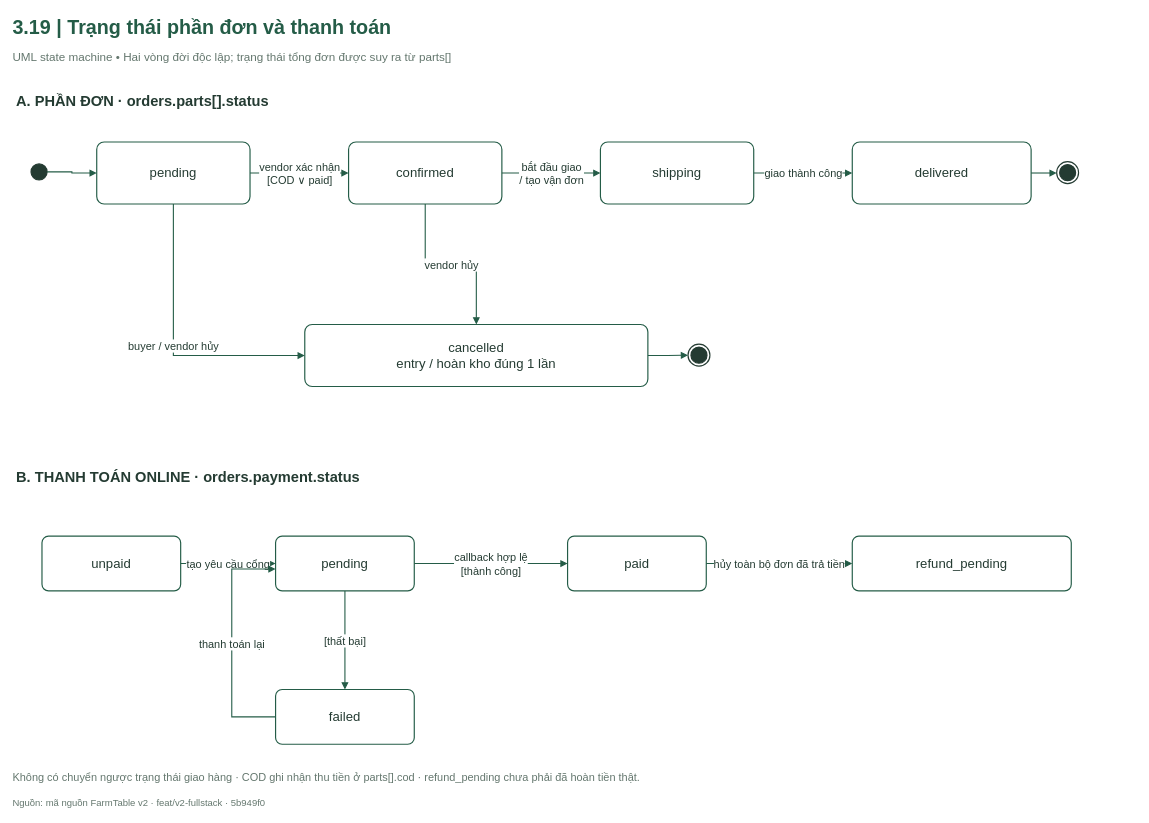
Earlier version of the draw.io diagram FarmTable_Chuong3/So_do_BA/drawio/Hinh_3_19.drawio (hathu1272006-eng/PTWnangcao). Source tidied: cells renumbered, new cells numbered last; positions are measured from the earlier drawing's top-left corner, leaving out a move shared by most shapes. Both pictures are drawn from the tidied source at 73%, with x=0, y=0 at pixel (12, 12).
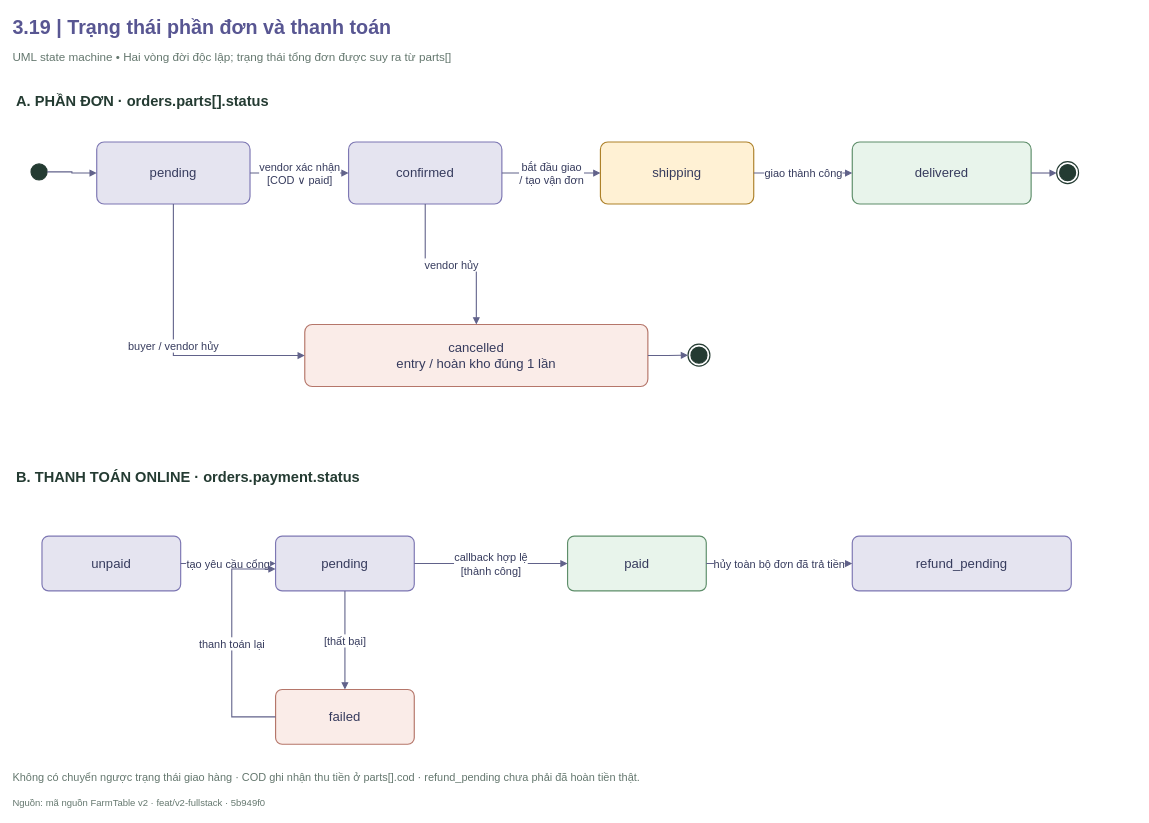
Above is the later version.

Unchanged cells that the change refers to:
```xml
<mxCell id="5" style="html=1;whiteSpace=wrap;fontFamily=Arial;fontSize=18;fontColor=#243B32;strokeColor=#245C47;strokeWidth=1.6;fillColor=#FFFFFF;spacing=8;ellipse;fillColor=#243B32;strokeColor=#243B32;" parent="1" vertex="1">
  <mxGeometry x="25" y="207" width="22" height="22" as="geometry" />
</mxCell>
<mxCell id="17" style="html=1;whiteSpace=wrap;fontFamily=Arial;fontSize=18;fontColor=#243B32;strokeColor=#245C47;strokeWidth=1.6;fillColor=#FFFFFF;spacing=8;shape=endState;fillColor=#243B32;strokeColor=#243B32;" parent="1" vertex="1">
  <mxGeometry x="1430" y="204" width="30" height="30" as="geometry" />
</mxCell>
<mxCell id="19" style="html=1;whiteSpace=wrap;fontFamily=Arial;fontSize=18;fontColor=#243B32;strokeColor=#245C47;strokeWidth=1.6;fillColor=#FFFFFF;spacing=8;shape=endState;fillColor=#243B32;strokeColor=#243B32;" parent="1" vertex="1">
  <mxGeometry x="925" y="454" width="30" height="30" as="geometry" />
</mxCell>
```

Change to the diagram source:
```diff
@@
-    <mxCell id="2" value="3.19  |  Trạng thái phần đơn và thanh toán" style="html=1;whiteSpace=wrap;fontFamily=Arial;fontSize=18;fontColor=#243B32;strokeColor=#245C47;strokeWidth=1.6;fillColor=#FFFFFF;spacing=8;text;strokeColor=none;fillColor=none;align=left;verticalAlign=middle;fontSize=27;fontStyle=1;fontColor=#245C47;spacing=0;" parent="1" vertex="1">
+    <mxCell id="2" value="3.19  |  Trạng thái phần đơn và thanh toán" style="html=1;whiteSpace=wrap;fontFamily=Arial;fontSize=18;strokeColor=#245C47;strokeWidth=1.6;fillColor=#FFFFFF;spacing=8;text;strokeColor=none;fillColor=none;align=left;verticalAlign=middle;fontSize=27;fontStyle=1;spacing=0;fontColor=#585692;" parent="1" vertex="1">
       <mxGeometry width="1540" height="40" as="geometry" />
     </mxCell>
@@
-    <mxCell id="6" value="pending" style="html=1;whiteSpace=wrap;fontFamily=Arial;fontSize=18;fontColor=#243B32;strokeColor=#245C47;strokeWidth=1.6;fillColor=#FFFFFF;spacing=8;rounded=1;arcSize=12;" parent="1" vertex="1">
+    <mxCell id="6" value="pending" style="html=1;whiteSpace=wrap;fontFamily=Arial;fontSize=18;strokeWidth=1.6;spacing=8;rounded=1;arcSize=12;fillColor=#E5E4F0;strokeColor=#7D77B3;fontColor=#363B5D;" parent="1" vertex="1">
       <mxGeometry x="115" y="177" width="210" height="85" as="geometry" />
     </mxCell>
-    <mxCell id="7" value="confirmed" style="html=1;whiteSpace=wrap;fontFamily=Arial;fontSize=18;fontColor=#243B32;strokeColor=#245C47;strokeWidth=1.6;fillColor=#FFFFFF;spacing=8;rounded=1;arcSize=12;" parent="1" vertex="1">
+    <mxCell id="7" value="confirmed" style="html=1;whiteSpace=wrap;fontFamily=Arial;fontSize=18;strokeWidth=1.6;spacing=8;rounded=1;arcSize=12;fillColor=#E5E4F0;strokeColor=#7D77B3;fontColor=#363B5D;" parent="1" vertex="1">
       <mxGeometry x="460" y="177" width="210" height="85" as="geometry" />
     </mxCell>
-    <mxCell id="8" value="shipping" style="html=1;whiteSpace=wrap;fontFamily=Arial;fontSize=18;fontColor=#243B32;strokeColor=#245C47;strokeWidth=1.6;fillColor=#FFFFFF;spacing=8;rounded=1;arcSize=12;" parent="1" vertex="1">
+    <mxCell id="8" value="shipping" style="html=1;whiteSpace=wrap;fontFamily=Arial;fontSize=18;strokeWidth=1.6;spacing=8;rounded=1;arcSize=12;fillColor=#FFF1D4;strokeColor=#AD812A;fontColor=#363B5D;" parent="1" vertex="1">
       <mxGeometry x="805" y="177" width="210" height="85" as="geometry" />
     </mxCell>
-    <mxCell id="9" value="delivered" style="html=1;whiteSpace=wrap;fontFamily=Arial;fontSize=18;fontColor=#243B32;strokeColor=#245C47;strokeWidth=1.6;fillColor=#FFFFFF;spacing=8;rounded=1;arcSize=12;" parent="1" vertex="1">
+    <mxCell id="9" value="delivered" style="html=1;whiteSpace=wrap;fontFamily=Arial;fontSize=18;strokeWidth=1.6;spacing=8;rounded=1;arcSize=12;fillColor=#E8F4EB;strokeColor=#5E8E6A;fontColor=#363B5D;" parent="1" vertex="1">
       <mxGeometry x="1150" y="177" width="245" height="85" as="geometry" />
     </mxCell>
-    <mxCell id="10" value="cancelled&lt;br/&gt;entry / hoàn kho đúng 1 lần" style="html=1;whiteSpace=wrap;fontFamily=Arial;fontSize=18;fontColor=#243B32;strokeColor=#245C47;strokeWidth=1.6;fillColor=#FFFFFF;spacing=8;rounded=1;arcSize=12;" parent="1" vertex="1">
+    <mxCell id="10" value="cancelled&lt;br/&gt;entry / hoàn kho đúng 1 lần" style="html=1;whiteSpace=wrap;fontFamily=Arial;fontSize=18;strokeWidth=1.6;spacing=8;rounded=1;arcSize=12;fillColor=#FAECE8;strokeColor=#B5766A;fontColor=#363B5D;" parent="1" vertex="1">
       <mxGeometry x="400" y="427" width="470" height="85" as="geometry" />
     </mxCell>
-    <mxCell id="11" style="edgeStyle=orthogonalEdgeStyle;rounded=0;jettySize=20;html=1;fontFamily=Arial;fontSize=15;fontColor=#243B32;labelBackgroundColor=#FFFFFF;strokeColor=#245C47;strokeWidth=1.5;endArrow=block;endFill=1;exitX=1;exitY=0.5;entryX=0;entryY=0.5;exitDx=0;exitDy=0;entryDx=0;entryDy=0;" parent="1" edge="1" source="5" target="6">
+    <mxCell id="11" style="edgeStyle=orthogonalEdgeStyle;rounded=0;jettySize=20;html=1;fontFamily=Arial;fontSize=15;labelBackgroundColor=#FFFFFF;strokeWidth=1.5;endArrow=block;endFill=1;exitX=1;exitY=0.5;entryX=0;entryY=0.5;exitDx=0;exitDy=0;entryDx=0;entryDy=0;strokeColor=#61628A;fontColor=#363B5D;" parent="1" edge="1" source="5" target="6">
       <mxGeometry relative="1" as="geometry" />
     </mxCell>
-    <mxCell id="12" value="vendor xác nhận&lt;br/&gt;[COD ∨ paid]" style="edgeStyle=orthogonalEdgeStyle;rounded=0;jettySize=20;html=1;fontFamily=Arial;fontSize=15;fontColor=#243B32;labelBackgroundColor=#FFFFFF;strokeColor=#245C47;strokeWidth=1.5;endArrow=block;endFill=1;exitX=1;exitY=0.5;entryX=0;entryY=0.5;exitDx=0;exitDy=0;entryDx=0;entryDy=0;" parent="1" edge="1" source="6" target="7">
+    <mxCell id="12" value="vendor xác nhận&lt;br/&gt;[COD ∨ paid]" style="edgeStyle=orthogonalEdgeStyle;rounded=0;jettySize=20;html=1;fontFamily=Arial;fontSize=15;labelBackgroundColor=#FFFFFF;strokeWidth=1.5;endArrow=block;endFill=1;exitX=1;exitY=0.5;entryX=0;entryY=0.5;exitDx=0;exitDy=0;entryDx=0;entryDy=0;strokeColor=#61628A;fontColor=#363B5D;" parent="1" edge="1" source="6" target="7">
       <mxGeometry relative="1" as="geometry" />
     </mxCell>
-    <mxCell id="13" value="bắt đầu giao&lt;br/&gt;/ tạo vận đơn" style="edgeStyle=orthogonalEdgeStyle;rounded=0;jettySize=20;html=1;fontFamily=Arial;fontSize=15;fontColor=#243B32;labelBackgroundColor=#FFFFFF;strokeColor=#245C47;strokeWidth=1.5;endArrow=block;endFill=1;exitX=1;exitY=0.5;entryX=0;entryY=0.5;exitDx=0;exitDy=0;entryDx=0;entryDy=0;" parent="1" edge="1" source="7" target="8">
+    <mxCell id="13" value="bắt đầu giao&lt;br/&gt;/ tạo vận đơn" style="edgeStyle=orthogonalEdgeStyle;rounded=0;jettySize=20;html=1;fontFamily=Arial;fontSize=15;labelBackgroundColor=#FFFFFF;strokeWidth=1.5;endArrow=block;endFill=1;exitX=1;exitY=0.5;entryX=0;entryY=0.5;exitDx=0;exitDy=0;entryDx=0;entryDy=0;strokeColor=#61628A;fontColor=#363B5D;" parent="1" edge="1" source="7" target="8">
       <mxGeometry relative="1" as="geometry" />
     </mxCell>
-    <mxCell id="14" value="giao thành công" style="edgeStyle=orthogonalEdgeStyle;rounded=0;jettySize=20;html=1;fontFamily=Arial;fontSize=15;fontColor=#243B32;labelBackgroundColor=#FFFFFF;strokeColor=#245C47;strokeWidth=1.5;endArrow=block;endFill=1;exitX=1;exitY=0.5;entryX=0;entryY=0.5;exitDx=0;exitDy=0;entryDx=0;entryDy=0;" parent="1" edge="1" source="8" target="9">
+    <mxCell id="14" value="giao thành công" style="edgeStyle=orthogonalEdgeStyle;rounded=0;jettySize=20;html=1;fontFamily=Arial;fontSize=15;labelBackgroundColor=#FFFFFF;strokeWidth=1.5;endArrow=block;endFill=1;exitX=1;exitY=0.5;entryX=0;entryY=0.5;exitDx=0;exitDy=0;entryDx=0;entryDy=0;strokeColor=#61628A;fontColor=#363B5D;" parent="1" edge="1" source="8" target="9">
       <mxGeometry relative="1" as="geometry" />
     </mxCell>
-    <mxCell id="15" value="buyer / vendor hủy" style="edgeStyle=orthogonalEdgeStyle;rounded=0;jettySize=20;html=1;fontFamily=Arial;fontSize=15;fontColor=#243B32;labelBackgroundColor=#FFFFFF;strokeColor=#245C47;strokeWidth=1.5;endArrow=block;endFill=1;exitX=0.5;exitY=1;entryX=0;entryY=0.5;exitDx=0;exitDy=0;entryDx=0;entryDy=0;" parent="1" edge="1" source="6" target="10">
+    <mxCell id="15" value="buyer / vendor hủy" style="edgeStyle=orthogonalEdgeStyle;rounded=0;jettySize=20;html=1;fontFamily=Arial;fontSize=15;labelBackgroundColor=#FFFFFF;strokeWidth=1.5;endArrow=block;endFill=1;exitX=0.5;exitY=1;entryX=0;entryY=0.5;exitDx=0;exitDy=0;entryDx=0;entryDy=0;strokeColor=#61628A;fontColor=#363B5D;" parent="1" edge="1" source="6" target="10">
       <mxGeometry relative="1" as="geometry">
         <Array as="points">
           <mxPoint x="220" y="469" />
         </Array>
       </mxGeometry>
     </mxCell>
-    <mxCell id="16" value="vendor hủy" style="edgeStyle=orthogonalEdgeStyle;rounded=0;jettySize=20;html=1;fontFamily=Arial;fontSize=15;fontColor=#243B32;labelBackgroundColor=#FFFFFF;strokeColor=#245C47;strokeWidth=1.5;endArrow=block;endFill=1;exitX=0.5;exitY=1;entryX=0.5;entryY=0;exitDx=0;exitDy=0;entryDx=0;entryDy=0;" parent="1" edge="1" source="7" target="10">
+    <mxCell id="16" value="vendor hủy" style="edgeStyle=orthogonalEdgeStyle;rounded=0;jettySize=20;html=1;fontFamily=Arial;fontSize=15;labelBackgroundColor=#FFFFFF;strokeWidth=1.5;endArrow=block;endFill=1;exitX=0.5;exitY=1;entryX=0.5;entryY=0;exitDx=0;exitDy=0;entryDx=0;entryDy=0;strokeColor=#61628A;fontColor=#363B5D;" parent="1" edge="1" source="7" target="10">
       <mxGeometry relative="1" as="geometry" />
     </mxCell>
@@
-    <mxCell id="18" style="edgeStyle=orthogonalEdgeStyle;rounded=0;jettySize=20;html=1;fontFamily=Arial;fontSize=15;fontColor=#243B32;labelBackgroundColor=#FFFFFF;strokeColor=#245C47;strokeWidth=1.5;endArrow=block;endFill=1;exitX=1;exitY=0.5;entryX=0;entryY=0.5;exitDx=0;exitDy=0;entryDx=0;entryDy=0;" parent="1" edge="1" source="9" target="17">
+    <mxCell id="18" style="edgeStyle=orthogonalEdgeStyle;rounded=0;jettySize=20;html=1;fontFamily=Arial;fontSize=15;labelBackgroundColor=#FFFFFF;strokeWidth=1.5;endArrow=block;endFill=1;exitX=1;exitY=0.5;entryX=0;entryY=0.5;exitDx=0;exitDy=0;entryDx=0;entryDy=0;strokeColor=#61628A;fontColor=#363B5D;" parent="1" edge="1" source="9" target="17">
       <mxGeometry relative="1" as="geometry" />
     </mxCell>
@@
-    <mxCell id="20" style="edgeStyle=orthogonalEdgeStyle;rounded=0;jettySize=20;html=1;fontFamily=Arial;fontSize=15;fontColor=#243B32;labelBackgroundColor=#FFFFFF;strokeColor=#245C47;strokeWidth=1.5;endArrow=block;endFill=1;exitX=1;exitY=0.5;entryX=0;entryY=0.5;exitDx=0;exitDy=0;entryDx=0;entryDy=0;" parent="1" edge="1" source="10" target="19">
+    <mxCell id="20" style="edgeStyle=orthogonalEdgeStyle;rounded=0;jettySize=20;html=1;fontFamily=Arial;fontSize=15;labelBackgroundColor=#FFFFFF;strokeWidth=1.5;endArrow=block;endFill=1;exitX=1;exitY=0.5;entryX=0;entryY=0.5;exitDx=0;exitDy=0;entryDx=0;entryDy=0;strokeColor=#61628A;fontColor=#363B5D;" parent="1" edge="1" source="10" target="19">
       <mxGeometry relative="1" as="geometry" />
     </mxCell>
@@
-    <mxCell id="22" value="unpaid" style="html=1;whiteSpace=wrap;fontFamily=Arial;fontSize=18;fontColor=#243B32;strokeColor=#245C47;strokeWidth=1.6;fillColor=#FFFFFF;spacing=8;rounded=1;arcSize=12;" parent="1" vertex="1">
+    <mxCell id="22" value="unpaid" style="html=1;whiteSpace=wrap;fontFamily=Arial;fontSize=18;strokeWidth=1.6;spacing=8;rounded=1;arcSize=12;fillColor=#E5E4F0;strokeColor=#7D77B3;fontColor=#363B5D;" parent="1" vertex="1">
       <mxGeometry x="40" y="717" width="190" height="75" as="geometry" />
     </mxCell>
-    <mxCell id="23" value="pending" style="html=1;whiteSpace=wrap;fontFamily=Arial;fontSize=18;fontColor=#243B32;strokeColor=#245C47;strokeWidth=1.6;fillColor=#FFFFFF;spacing=8;rounded=1;arcSize=12;" parent="1" vertex="1">
+    <mxCell id="23" value="pending" style="html=1;whiteSpace=wrap;fontFamily=Arial;fontSize=18;strokeWidth=1.6;spacing=8;rounded=1;arcSize=12;fillColor=#E5E4F0;strokeColor=#7D77B3;fontColor=#363B5D;" parent="1" vertex="1">
       <mxGeometry x="360" y="717" width="190" height="75" as="geometry" />
     </mxCell>
-    <mxCell id="24" value="paid" style="html=1;whiteSpace=wrap;fontFamily=Arial;fontSize=18;fontColor=#243B32;strokeColor=#245C47;strokeWidth=1.6;fillColor=#FFFFFF;spacing=8;rounded=1;arcSize=12;" parent="1" vertex="1">
+    <mxCell id="24" value="paid" style="html=1;whiteSpace=wrap;fontFamily=Arial;fontSize=18;strokeWidth=1.6;spacing=8;rounded=1;arcSize=12;fillColor=#E8F4EB;strokeColor=#5E8E6A;fontColor=#363B5D;" parent="1" vertex="1">
       <mxGeometry x="760" y="717" width="190" height="75" as="geometry" />
     </mxCell>
-    <mxCell id="25" value="failed" style="html=1;whiteSpace=wrap;fontFamily=Arial;fontSize=18;fontColor=#243B32;strokeColor=#245C47;strokeWidth=1.6;fillColor=#FFFFFF;spacing=8;rounded=1;arcSize=12;" parent="1" vertex="1">
+    <mxCell id="25" value="failed" style="html=1;whiteSpace=wrap;fontFamily=Arial;fontSize=18;strokeWidth=1.6;spacing=8;rounded=1;arcSize=12;fillColor=#FAECE8;strokeColor=#B5766A;fontColor=#363B5D;" parent="1" vertex="1">
       <mxGeometry x="360" y="927" width="190" height="75" as="geometry" />
     </mxCell>
-    <mxCell id="26" value="refund_pending" style="html=1;whiteSpace=wrap;fontFamily=Arial;fontSize=18;fontColor=#243B32;strokeColor=#245C47;strokeWidth=1.6;fillColor=#FFFFFF;spacing=8;rounded=1;arcSize=12;" parent="1" vertex="1">
+    <mxCell id="26" value="refund_pending" style="html=1;whiteSpace=wrap;fontFamily=Arial;fontSize=18;strokeWidth=1.6;spacing=8;rounded=1;arcSize=12;fillColor=#E5E4F0;strokeColor=#7D77B3;fontColor=#363B5D;" parent="1" vertex="1">
       <mxGeometry x="1150" y="717" width="300" height="75" as="geometry" />
     </mxCell>
-    <mxCell id="27" value="tạo yêu cầu cổng" style="edgeStyle=orthogonalEdgeStyle;rounded=0;jettySize=20;html=1;fontFamily=Arial;fontSize=15;fontColor=#243B32;labelBackgroundColor=#FFFFFF;strokeColor=#245C47;strokeWidth=1.5;endArrow=block;endFill=1;exitX=1;exitY=0.5;entryX=0;entryY=0.5;exitDx=0;exitDy=0;entryDx=0;entryDy=0;" parent="1" edge="1" source="22" target="23">
+    <mxCell id="27" value="tạo yêu cầu cổng" style="edgeStyle=orthogonalEdgeStyle;rounded=0;jettySize=20;html=1;fontFamily=Arial;fontSize=15;labelBackgroundColor=#FFFFFF;strokeWidth=1.5;endArrow=block;endFill=1;exitX=1;exitY=0.5;entryX=0;entryY=0.5;exitDx=0;exitDy=0;entryDx=0;entryDy=0;strokeColor=#61628A;fontColor=#363B5D;" parent="1" edge="1" source="22" target="23">
       <mxGeometry relative="1" as="geometry" />
     </mxCell>
-    <mxCell id="28" value="callback hợp lệ&lt;br/&gt;[thành công]" style="edgeStyle=orthogonalEdgeStyle;rounded=0;jettySize=20;html=1;fontFamily=Arial;fontSize=15;fontColor=#243B32;labelBackgroundColor=#FFFFFF;strokeColor=#245C47;strokeWidth=1.5;endArrow=block;endFill=1;exitX=1;exitY=0.5;entryX=0;entryY=0.5;exitDx=0;exitDy=0;entryDx=0;entryDy=0;" parent="1" edge="1" source="23" target="24">
+    <mxCell id="28" value="callback hợp lệ&lt;br/&gt;[thành công]" style="edgeStyle=orthogonalEdgeStyle;rounded=0;jettySize=20;html=1;fontFamily=Arial;fontSize=15;labelBackgroundColor=#FFFFFF;strokeWidth=1.5;endArrow=block;endFill=1;exitX=1;exitY=0.5;entryX=0;entryY=0.5;exitDx=0;exitDy=0;entryDx=0;entryDy=0;strokeColor=#61628A;fontColor=#363B5D;" parent="1" edge="1" source="23" target="24">
       <mxGeometry relative="1" as="geometry" />
     </mxCell>
-    <mxCell id="29" value="[thất bại]" style="edgeStyle=orthogonalEdgeStyle;rounded=0;jettySize=20;html=1;fontFamily=Arial;fontSize=15;fontColor=#243B32;labelBackgroundColor=#FFFFFF;strokeColor=#245C47;strokeWidth=1.5;endArrow=block;endFill=1;exitX=0.5;exitY=1;entryX=0.5;entryY=0;exitDx=0;exitDy=0;entryDx=0;entryDy=0;" parent="1" edge="1" source="23" target="25">
+    <mxCell id="29" value="[thất bại]" style="edgeStyle=orthogonalEdgeStyle;rounded=0;jettySize=20;html=1;fontFamily=Arial;fontSize=15;labelBackgroundColor=#FFFFFF;strokeWidth=1.5;endArrow=block;endFill=1;exitX=0.5;exitY=1;entryX=0.5;entryY=0;exitDx=0;exitDy=0;entryDx=0;entryDy=0;strokeColor=#61628A;fontColor=#363B5D;" parent="1" edge="1" source="23" target="25">
       <mxGeometry relative="1" as="geometry" />
     </mxCell>
-    <mxCell id="30" value="thanh toán lại" style="edgeStyle=orthogonalEdgeStyle;rounded=0;jettySize=20;html=1;fontFamily=Arial;fontSize=15;fontColor=#243B32;labelBackgroundColor=#FFFFFF;strokeColor=#245C47;strokeWidth=1.5;endArrow=block;endFill=1;exitX=0;exitY=0.5;entryX=0;entryY=0.6;exitDx=0;exitDy=0;entryDx=0;entryDy=0;" parent="1" edge="1" source="25" target="23">
+    <mxCell id="30" value="thanh toán lại" style="edgeStyle=orthogonalEdgeStyle;rounded=0;jettySize=20;html=1;fontFamily=Arial;fontSize=15;labelBackgroundColor=#FFFFFF;strokeWidth=1.5;endArrow=block;endFill=1;exitX=0;exitY=0.5;entryX=0;entryY=0.6;exitDx=0;exitDy=0;entryDx=0;entryDy=0;strokeColor=#61628A;fontColor=#363B5D;" parent="1" edge="1" source="25" target="23">
       <mxGeometry relative="1" as="geometry">
         <Array as="points">
           <mxPoint x="300" y="964" />
           <mxPoint x="300" y="762" />
         </Array>
       </mxGeometry>
     </mxCell>
-    <mxCell id="31" value="hủy toàn bộ đơn đã trả tiền" style="edgeStyle=orthogonalEdgeStyle;rounded=0;jettySize=20;html=1;fontFamily=Arial;fontSize=15;fontColor=#243B32;labelBackgroundColor=#FFFFFF;strokeColor=#245C47;strokeWidth=1.5;endArrow=block;endFill=1;exitX=1;exitY=0.5;entryX=0;entryY=0.5;exitDx=0;exitDy=0;entryDx=0;entryDy=0;" parent="1" edge="1" source="24" target="26">
+    <mxCell id="31" value="hủy toàn bộ đơn đã trả tiền" style="edgeStyle=orthogonalEdgeStyle;rounded=0;jettySize=20;html=1;fontFamily=Arial;fontSize=15;labelBackgroundColor=#FFFFFF;strokeWidth=1.5;endArrow=block;endFill=1;exitX=1;exitY=0.5;entryX=0;entryY=0.5;exitDx=0;exitDy=0;entryDx=0;entryDy=0;strokeColor=#61628A;fontColor=#363B5D;" parent="1" edge="1" source="24" target="26">
       <mxGeometry relative="1" as="geometry" />
     </mxCell>
```
